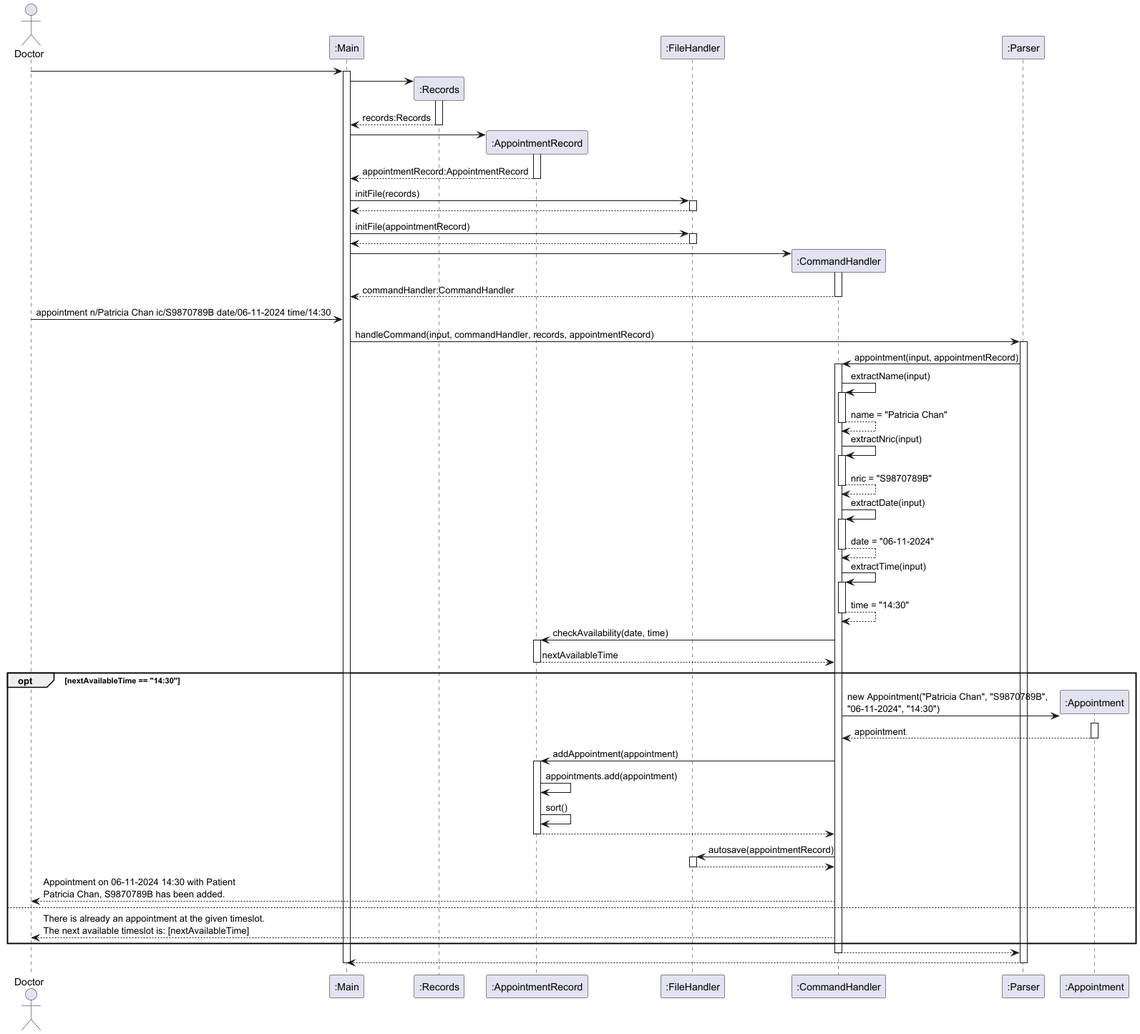
This is docs/NewAppointmentSD.png from yentheng0110/tp, a PlantUML export, as it was before one commit.
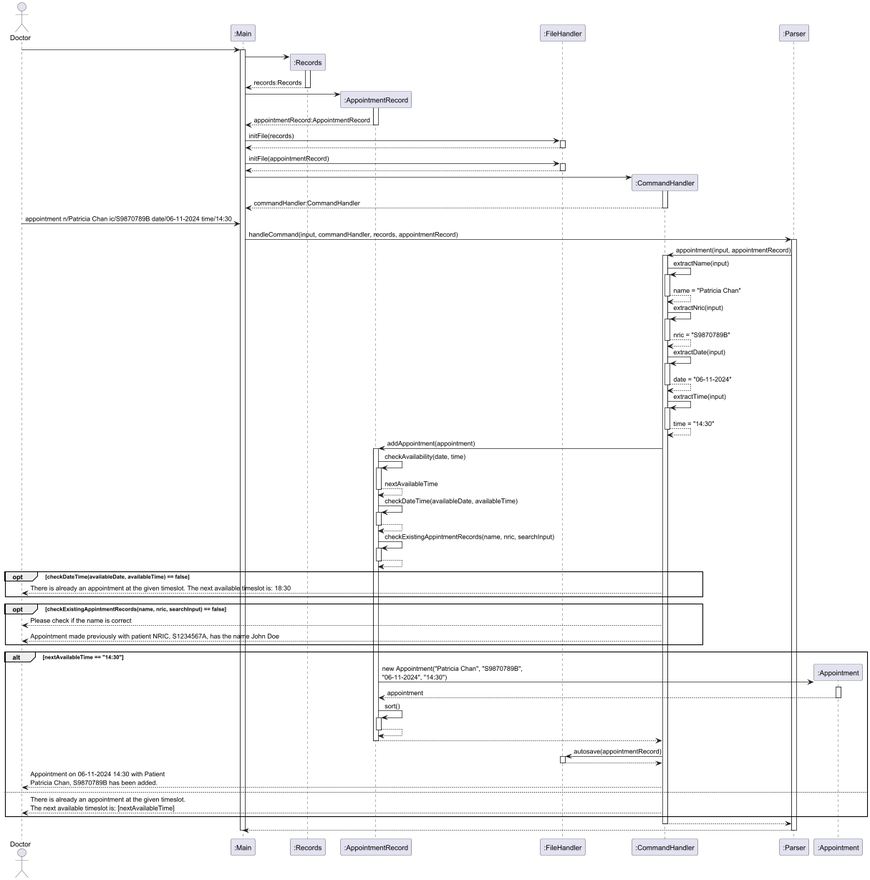
The same file after the commit.

What changed in the source:
```diff
@@ -39,19 +39,33 @@
 ":CommandHandler" -> ":CommandHandler" ++: extractTime(input)
 ":CommandHandler" --> ":CommandHandler" --: time = "14:30"
 
-":CommandHandler" -> ":AppointmentRecord" ++: checkAvailability(date, time)
-":AppointmentRecord" --> ":CommandHandler" --: nextAvailableTime
+":CommandHandler" -> ":AppointmentRecord" ++: addAppointment(appointment)
+":AppointmentRecord" -> ":AppointmentRecord" ++: checkAvailability(date, time)
+":AppointmentRecord" --> ":AppointmentRecord" --: nextAvailableTime
+":AppointmentRecord" -> ":AppointmentRecord" ++: checkDateTime(availableDate, availableTime)
+":AppointmentRecord" --> ":AppointmentRecord" --:
+":AppointmentRecord" -> ":AppointmentRecord" ++: checkExistingAppintmentRecords(name, nric, searchInput)
+":AppointmentRecord" --> ":AppointmentRecord" --:
 
-opt nextAvailableTime == "14:30"
+opt checkDateTime(availableDate, availableTime) == false
+    Doctor <-- ":CommandHandler": There is already an appointment at the given timeslot. The next available timeslot is: 18:30
+    end
+
+opt checkExistingAppintmentRecords(name, nric, searchInput) == false
+    Doctor <-- ":CommandHandler":Please check if the name is correct
+    Doctor <-- ":CommandHandler":Appointment made previously with patient NRIC, S1234567A, has the name John Doe
+    end
+
+alt nextAvailableTime == "14:30"
     create ":Appointment"
-    ":CommandHandler" -> ":Appointment" **: new Appointment("Patricia Chan", "S9870789B",\n"06-11-2024", "14:30")
+    ":AppointmentRecord" -> ":Appointment" **: new Appointment("Patricia Chan", "S9870789B",\n"06-11-2024", "14:30")
     activate ":Appointment"
-    ":Appointment" --> ":CommandHandler" --: appointment
+    ":Appointment" --> ":AppointmentRecord" --: appointment
 
-    ":CommandHandler" -> ":AppointmentRecord" ++: addAppointment(appointment)
-    ":AppointmentRecord" -> ":AppointmentRecord": appointments.add(appointment)
-    ":AppointmentRecord" -> ":AppointmentRecord": sort()
-    return
+    ":AppointmentRecord" -> ":AppointmentRecord" ++: sort()
+    ":AppointmentRecord" --> ":AppointmentRecord" --:
+
+    ":AppointmentRecord" --> ":CommandHandler" --:
 
     ":CommandHandler" -> ":FileHandler" ++: autosave(appointmentRecord)
     return
```
